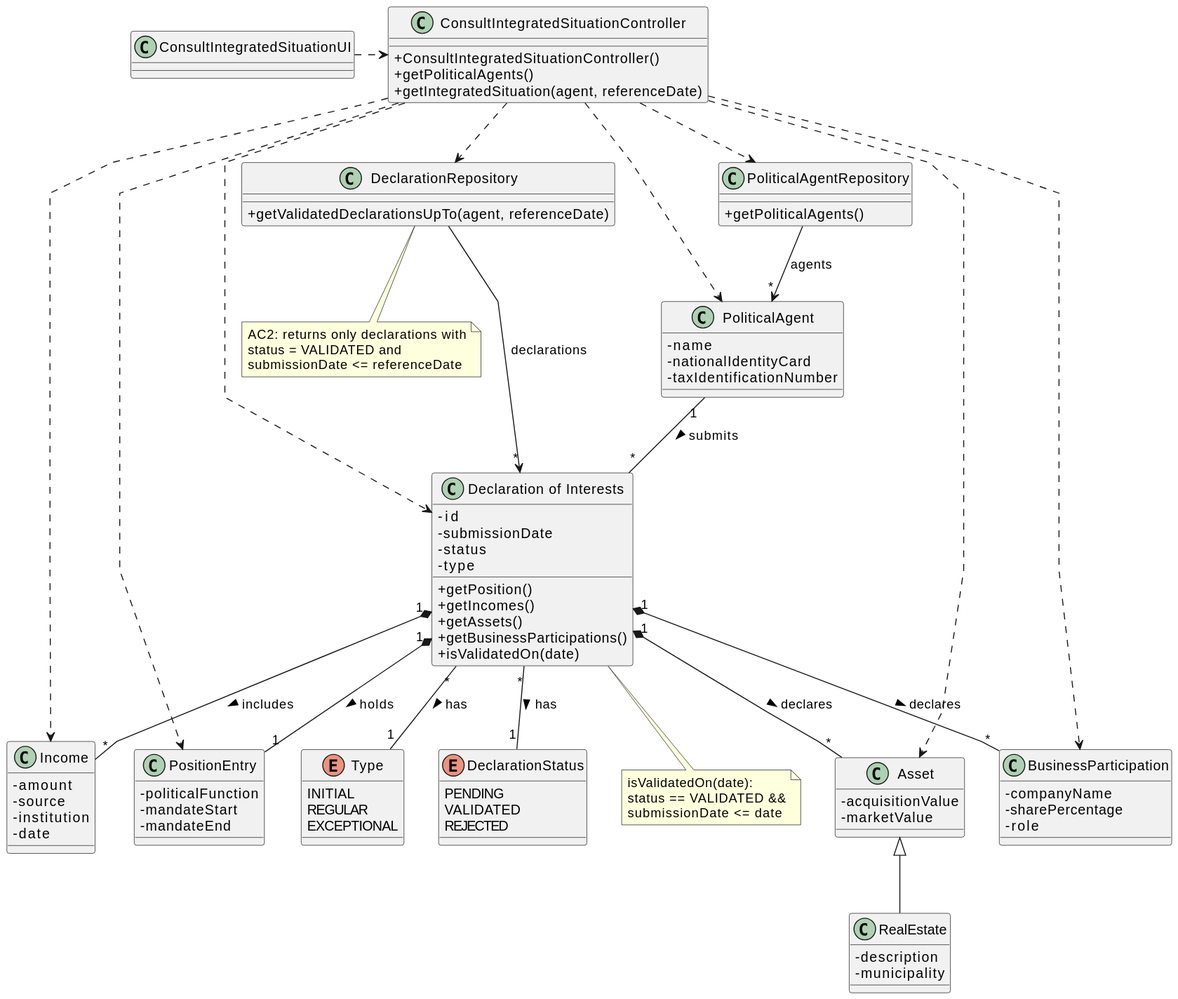
Above: docs/system-documentation/US09/03.design/svg/US09-CD.svg in brunodspinto/crystal-clear-platform (PlantUML), before the change.
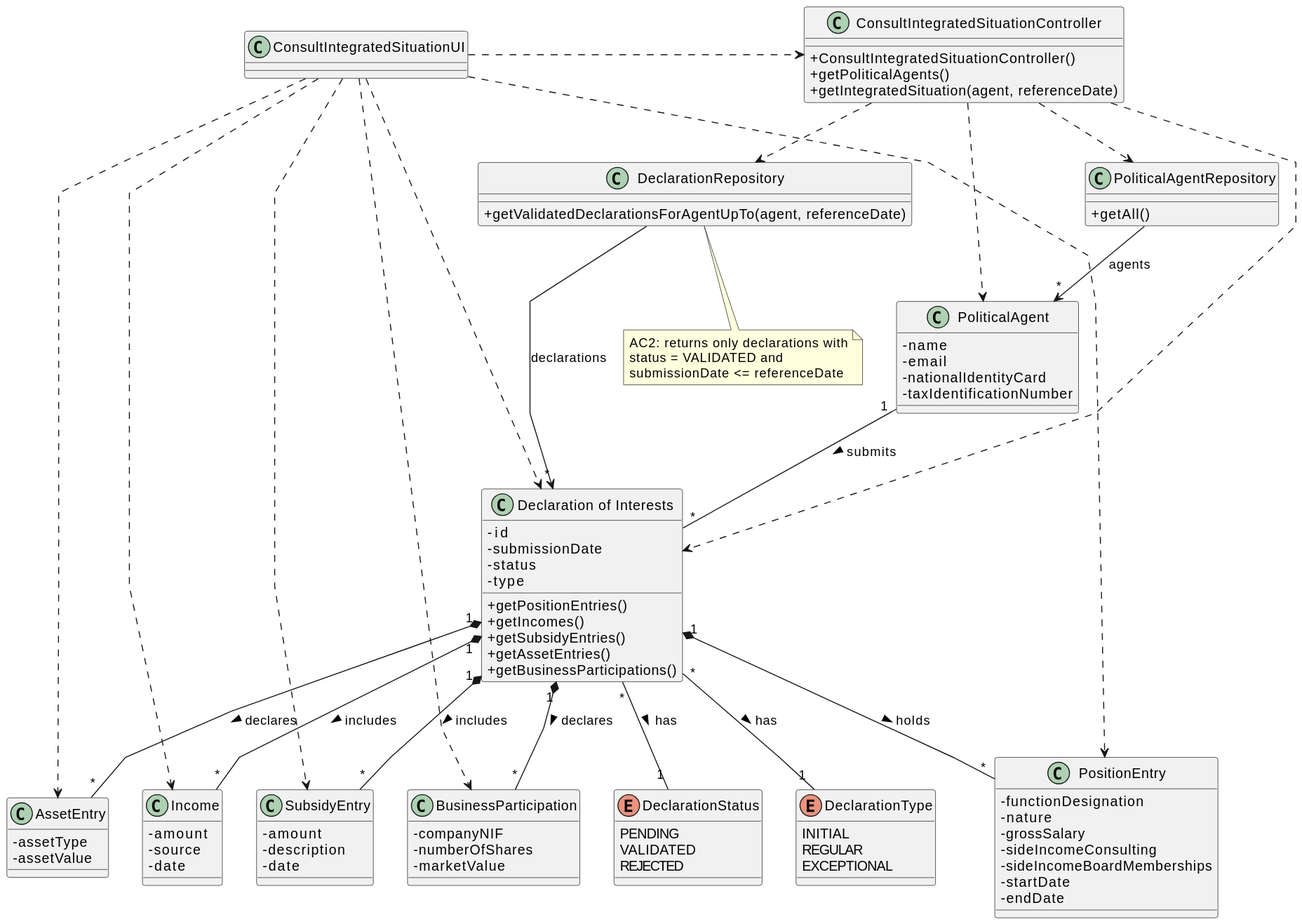
The same file after the commit.

Diff of the diagram source:
```diff
@@ -14,15 +14,16 @@
 }
 
 class PoliticalAgentRepository {
-    + getPoliticalAgents()
+    + getAll()
 }
 
 class DeclarationRepository {
-    + getValidatedDeclarationsUpTo(agent, referenceDate)
+    + getValidatedDeclarationsForAgentUpTo(agent, referenceDate)
 }
 
 class PoliticalAgent {
     - name
+    - email
     - nationalIdentityCard
     - taxIdentificationNumber
 }
@@ -32,11 +33,11 @@
     - submissionDate
     - status
     - type
-    + getPosition()
+    + getPositionEntries()
     + getIncomes()
-    + getAssets()
+    + getSubsidyEntries()
+    + getAssetEntries()
     + getBusinessParticipations()
-    + isValidatedOn(date)
 }
 
 enum DeclarationStatus {
@@ -45,39 +46,43 @@
     REJECTED
 }
 
-enum Type {
+enum DeclarationType {
     INITIAL
     REGULAR
     EXCEPTIONAL
 }
 
 class PositionEntry {
-    - politicalFunction
-    - mandateStart
-    - mandateEnd
+    - functionDesignation
+    - nature
+    - grossSalary
+    - sideIncomeConsulting
+    - sideIncomeBoardMemberships
+    - startDate
+    - endDate
 }
 
 class Income {
     - amount
     - source
-    - institution
     - date
 }
 
-class Asset {
-    - acquisitionValue
-    - marketValue
+class SubsidyEntry {
+    - amount
+    - description
+    - date
 }
 
-class RealEstate {
-    - description
-    - municipality
+class AssetEntry {
+    - assetType
+    - assetValue
 }
 
 class BusinessParticipation {
-    - companyName
-    - sharePercentage
-    - role
+    - companyNIF
+    - numberOfShares
+    - marketValue
 }
 
 ConsultIntegratedSituationUI .> ConsultIntegratedSituationController
@@ -86,32 +91,29 @@
 ConsultIntegratedSituationController ..> DeclarationRepository
 ConsultIntegratedSituationController ..> PoliticalAgent
 ConsultIntegratedSituationController ..> Declaration
-ConsultIntegratedSituationController ..> PositionEntry
-ConsultIntegratedSituationController ..> Income
-ConsultIntegratedSituationController ..> Asset
-ConsultIntegratedSituationController ..> BusinessParticipation
+
+ConsultIntegratedSituationUI ..> Declaration
+ConsultIntegratedSituationUI ..> PositionEntry
+ConsultIntegratedSituationUI ..> Income
+ConsultIntegratedSituationUI ..> SubsidyEntry
+ConsultIntegratedSituationUI ..> AssetEntry
+ConsultIntegratedSituationUI ..> BusinessParticipation
 
 PoliticalAgentRepository --> "*" PoliticalAgent : agents
 DeclarationRepository --> "*" Declaration : declarations
 
 PoliticalAgent "1" -- "*" Declaration : submits >
 Declaration "*" -- "1" DeclarationStatus : has >
-Declaration "*" -- "1" Type : has >
-Declaration "1" *-- "1" PositionEntry : holds >
+Declaration "*" -- "1" DeclarationType : has >
+Declaration "1" *-- "*" PositionEntry : holds >
 Declaration "1" *-- "*" Income : includes >
-Declaration "1" *-- "*" Asset : declares >
+Declaration "1" *-- "*" SubsidyEntry : includes >
+Declaration "1" *-- "*" AssetEntry : declares >
 Declaration "1" *-- "*" BusinessParticipation : declares >
-Asset <|-- RealEstate
 
 note bottom of DeclarationRepository
     AC2: returns only declarations with
     status = VALIDATED and
     submissionDate <= referenceDate
 end note
-
-note bottom of Declaration
-    isValidatedOn(date):
-    status == VALIDATED &&
-    submissionDate <= date
-end note
 @enduml
```
